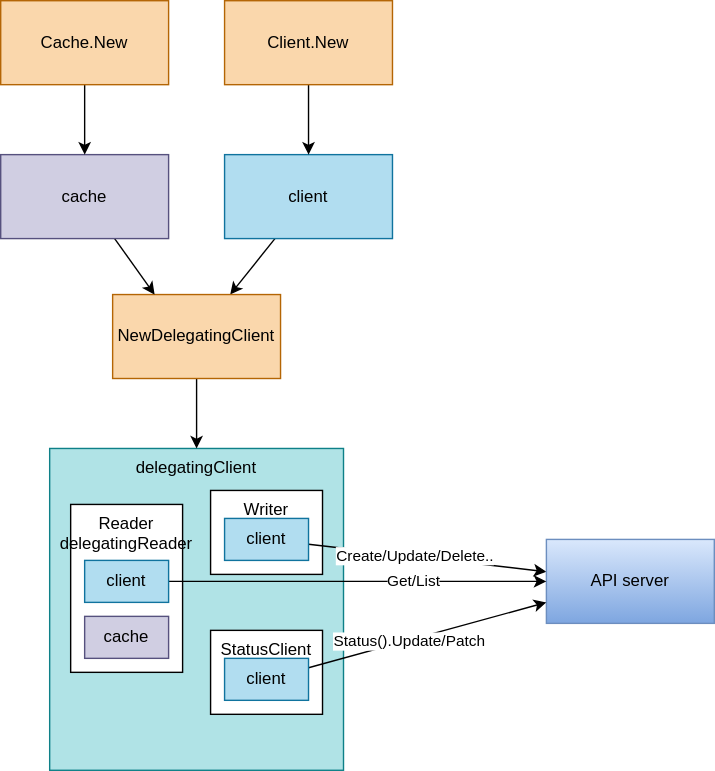
This is contents/kubernetes-operator/controller-runtime/client/diagram.drawio.svg from nakamasato/kubernetes-training, a draw.io export, as it was before one commit. Source tidied: cells renumbered, new cells last; positions are measured from the earlier drawing's top-left corner, leaving out a move shared by most shapes. Source of this version:
```xml
<mxGraphModel>
  <root>
    <mxCell id="0" />
    <mxCell id="1" parent="0" />
    <mxCell id="2" value="delegatingClient" style="rounded=0;whiteSpace=wrap;html=1;verticalAlign=top;fillColor=#b0e3e6;strokeColor=#0e8088;" parent="1" vertex="1">
      <mxGeometry x="35" y="320" width="210" height="230" as="geometry" />
    </mxCell>
    <mxCell id="3" value="Writer" style="rounded=0;whiteSpace=wrap;html=1;verticalAlign=top;" parent="1" vertex="1">
      <mxGeometry x="150" y="350" width="80" height="60" as="geometry" />
    </mxCell>
    <mxCell id="4" style="edgeStyle=none;html=1;" parent="1" edge="1" source="5" target="9">
      <mxGeometry relative="1" as="geometry" />
    </mxCell>
    <mxCell id="5" value="client" style="rounded=0;whiteSpace=wrap;html=1;fillColor=#b1ddf0;strokeColor=#10739e;" parent="1" vertex="1">
      <mxGeometry x="160" y="110" width="120" height="60" as="geometry" />
    </mxCell>
    <mxCell id="6" style="edgeStyle=none;html=1;" parent="1" edge="1" source="7" target="5">
      <mxGeometry relative="1" as="geometry" />
    </mxCell>
    <mxCell id="7" value="Client.New" style="rounded=0;whiteSpace=wrap;html=1;fillColor=#fad7ac;strokeColor=#b46504;" parent="1" vertex="1">
      <mxGeometry x="160" width="120" height="60" as="geometry" />
    </mxCell>
    <mxCell id="8" style="edgeStyle=none;html=1;" parent="1" edge="1" source="9" target="2">
      <mxGeometry relative="1" as="geometry" />
    </mxCell>
    <mxCell id="9" value="NewDelegatingClient" style="rounded=0;whiteSpace=wrap;html=1;fillColor=#fad7ac;strokeColor=#b46504;" parent="1" vertex="1">
      <mxGeometry x="80" y="210" width="120" height="60" as="geometry" />
    </mxCell>
    <mxCell id="10" style="edgeStyle=none;html=1;entryX=0.25;entryY=0;entryDx=0;entryDy=0;" parent="1" edge="1" source="11" target="9">
      <mxGeometry relative="1" as="geometry" />
    </mxCell>
    <mxCell id="11" value="cache" style="rounded=0;whiteSpace=wrap;html=1;fillColor=#d0cee2;strokeColor=#56517e;" parent="1" vertex="1">
      <mxGeometry y="110" width="120" height="60" as="geometry" />
    </mxCell>
    <mxCell id="12" style="edgeStyle=none;html=1;" parent="1" edge="1" source="14" target="18">
      <mxGeometry relative="1" as="geometry" />
    </mxCell>
    <mxCell id="13" value="Create/Update/Delete.." style="edgeLabel;html=1;align=center;verticalAlign=middle;" parent="12" vertex="1">
      <mxGeometry x="-0.12" y="1" relative="1" as="geometry" />
    </mxCell>
    <mxCell id="14" value="client" style="rounded=0;whiteSpace=wrap;html=1;fillColor=#b1ddf0;strokeColor=#10739e;" parent="1" vertex="1">
      <mxGeometry x="160" y="370" width="60" height="30" as="geometry" />
    </mxCell>
    <mxCell id="15" style="edgeStyle=none;html=1;" parent="1" edge="1" source="17" target="11">
      <mxGeometry relative="1" as="geometry" />
    </mxCell>
    <mxCell id="16" value="Reader&lt;br&gt;delegatingReader" style="rounded=0;whiteSpace=wrap;html=1;verticalAlign=top;" parent="1" vertex="1">
      <mxGeometry x="50" y="360" width="80" height="120" as="geometry" />
    </mxCell>
    <mxCell id="17" value="Cache.New" style="rounded=0;whiteSpace=wrap;html=1;fillColor=#fad7ac;strokeColor=#b46504;" parent="1" vertex="1">
      <mxGeometry width="120" height="60" as="geometry" />
    </mxCell>
    <mxCell id="18" value="API server" style="rounded=0;whiteSpace=wrap;html=1;fillColor=#dae8fc;gradientColor=#7ea6e0;strokeColor=#6c8ebf;" parent="1" vertex="1">
      <mxGeometry x="390" y="385" width="120" height="60" as="geometry" />
    </mxCell>
    <mxCell id="19" value="cache" style="rounded=0;whiteSpace=wrap;html=1;fillColor=#d0cee2;strokeColor=#56517e;" parent="1" vertex="1">
      <mxGeometry x="60" y="440" width="60" height="30" as="geometry" />
    </mxCell>
    <mxCell id="20" style="edgeStyle=none;html=1;entryX=0;entryY=0.5;entryDx=0;entryDy=0;" parent="1" edge="1" source="22" target="18">
      <mxGeometry relative="1" as="geometry" />
    </mxCell>
    <mxCell id="21" value="Get/List" style="edgeLabel;html=1;align=center;verticalAlign=middle;" parent="20" vertex="1">
      <mxGeometry x="0.29" y="1" relative="1" as="geometry" />
    </mxCell>
    <mxCell id="22" value="client" style="rounded=0;whiteSpace=wrap;html=1;fillColor=#b1ddf0;strokeColor=#10739e;" parent="1" vertex="1">
      <mxGeometry x="60" y="400" width="60" height="30" as="geometry" />
    </mxCell>
    <mxCell id="23" value="StatusClient" style="rounded=0;whiteSpace=wrap;html=1;verticalAlign=top;" parent="1" vertex="1">
      <mxGeometry x="150" y="450" width="80" height="60" as="geometry" />
    </mxCell>
    <mxCell id="24" style="edgeStyle=none;html=1;entryX=0;entryY=0.75;entryDx=0;entryDy=0;" parent="1" edge="1" source="26" target="18">
      <mxGeometry relative="1" as="geometry" />
    </mxCell>
    <mxCell id="25" value="Status().Update/Patch" style="edgeLabel;html=1;align=center;verticalAlign=middle;" parent="24" vertex="1">
      <mxGeometry x="-0.16" relative="1" as="geometry" />
    </mxCell>
    <mxCell id="26" value="client" style="rounded=0;whiteSpace=wrap;html=1;fillColor=#b1ddf0;strokeColor=#10739e;" parent="1" vertex="1">
      <mxGeometry x="160" y="470" width="60" height="30" as="geometry" />
    </mxCell>
  </root>
</mxGraphModel>
```
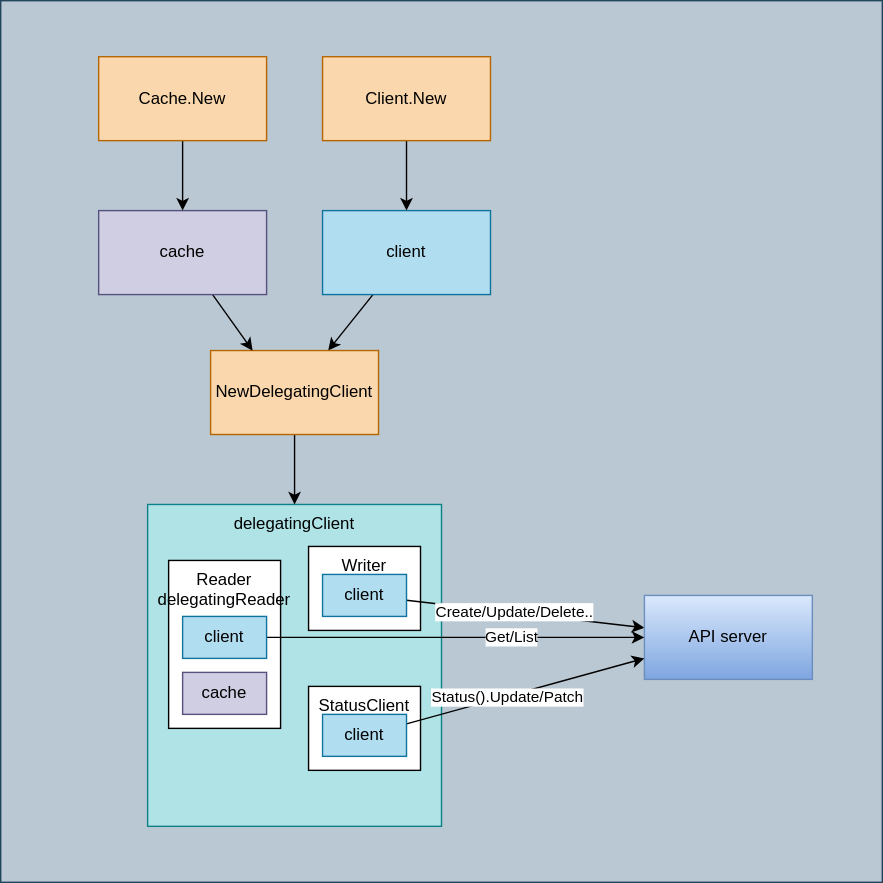
The same diagram one commit later.

What changed in the source:
```diff
@@ -2,6 +2,9 @@
   <root>
     <mxCell id="0" />
     <mxCell id="1" parent="0" />
+    <mxCell id="27" style="rounded=0;whiteSpace=wrap;html=1;fillColor=#bac8d3;strokeColor=#23445d;" parent="1" vertex="1">
+      <mxGeometry x="-70" y="-40" width="630" height="630" as="geometry" />
+    </mxCell>
     <mxCell id="2" value="delegatingClient" style="rounded=0;whiteSpace=wrap;html=1;verticalAlign=top;fillColor=#b0e3e6;strokeColor=#0e8088;" parent="1" vertex="1">
       <mxGeometry x="35" y="320" width="210" height="230" as="geometry" />
     </mxCell>
```
